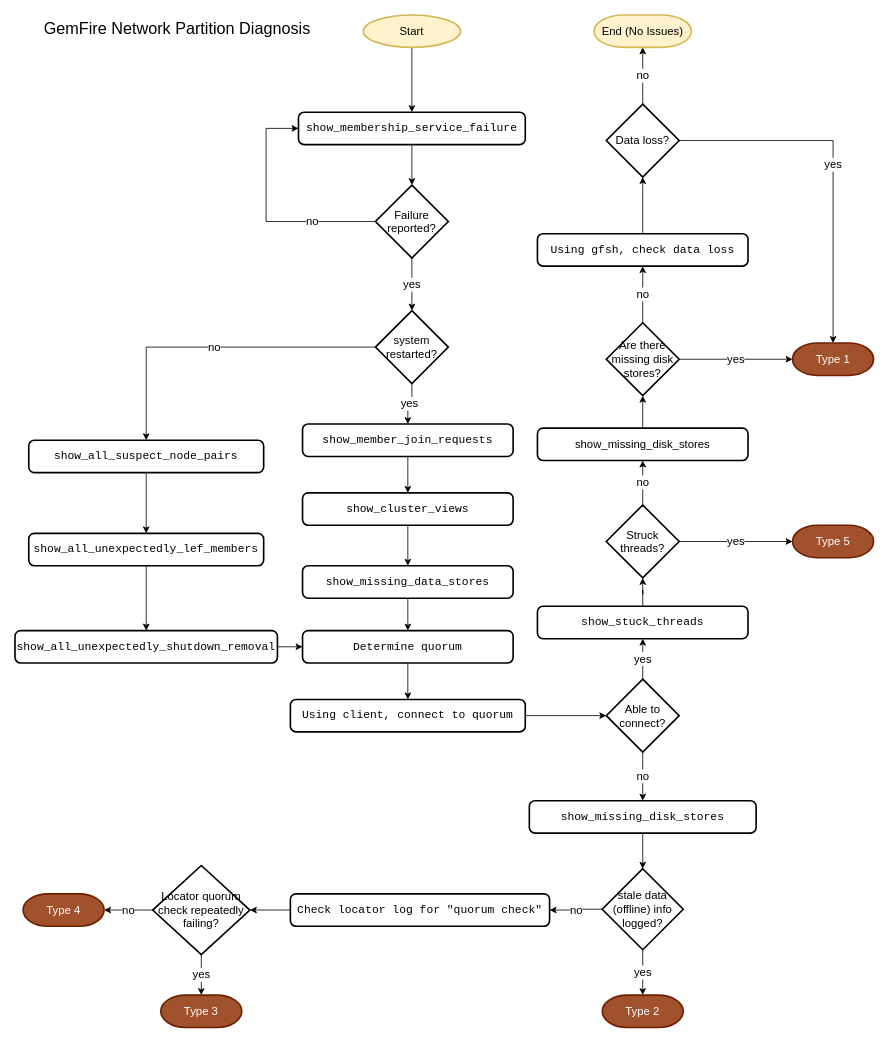
padogrid/bundle-geode-1-app-perf_test_sb-cluster-sb keeps this draw.io diagram as page "Diagnosis" (7 of 7) of images/drawio/split-brain.drawio. Above is the earlier version. Source tidied: cells renumbered, new cells numbered last; positions are measured from the earlier drawing's top-left corner, leaving out a move shared by most shapes. Both pictures are drawn from the tidied source at 81%, with x=0, y=0 at pixel (15, 15).
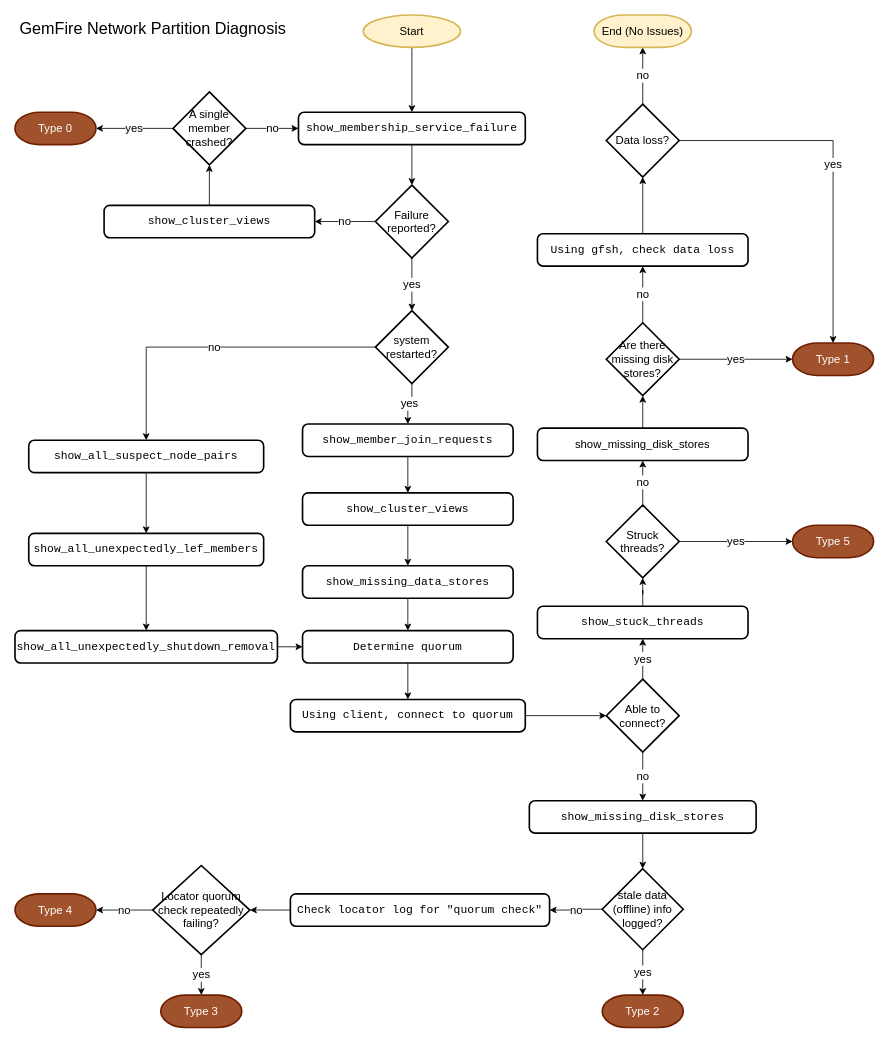
The same page after the edit.

Unchanged cells that the change refers to:
```xml
<mxCell id="5" value="&lt;pre class=&quot;language-bash&quot; style=&quot;font-size: 14px;&quot;&gt;&lt;code class=&quot;language-bash&quot; style=&quot;font-size: 14px;&quot;&gt;show_membership_service_failure&lt;/code&gt;&lt;/pre&gt;" style="rounded=1;whiteSpace=wrap;html=1;absoluteArcSize=1;arcSize=14;strokeWidth=2;fontFamily=Helvetica;fontSize=14;" parent="1" vertex="1">
  <mxGeometry x="350" y="120" width="280" height="40" as="geometry" />
</mxCell>
<mxCell id="8" value="Failure reported?" style="strokeWidth=2;html=1;shape=mxgraph.flowchart.decision;whiteSpace=wrap;fontFamily=Helvetica;fontSize=14;" parent="1" vertex="1">
  <mxGeometry x="445" y="210" width="90" height="90" as="geometry" />
</mxCell>
```

The edit, as a diff of the source:
```diff
@@
-    <mxCell id="7" value="no" style="edgeStyle=orthogonalEdgeStyle;rounded=0;jettySize=auto;html=1;entryX=0;entryY=0.5;entryDx=0;entryDy=0;fontSize=14;exitX=0;exitY=0.5;exitDx=0;exitDy=0;exitPerimeter=0;" parent="1" edge="1" source="8" target="5">
-      <mxGeometry x="-0.46" relative="1" as="geometry">
-        <Array as="points">
-          <mxPoint x="310" y="255" />
-          <mxPoint x="310" y="140" />
-        </Array>
-      </mxGeometry>
-    </mxCell>
+    <mxCell id="63" value="no" style="edgeStyle=orthogonalEdgeStyle;rounded=0;jettySize=auto;html=1;entryX=1;entryY=0.5;entryDx=0;entryDy=0;fontSize=14;" parent="1" edge="1" source="8" target="65">
+      <mxGeometry relative="1" as="geometry" />
+    </mxCell>
@@
     <mxCell id="53" value="Type 4" style="strokeWidth=2;html=1;shape=mxgraph.flowchart.terminator;whiteSpace=wrap;fontFamily=Helvetica;fillColor=#a0522d;fontColor=#ffffff;strokeColor=#6D1F00;fontSize=14;" parent="1" vertex="1">
-      <mxGeometry x="10" y="1085" width="100" height="40" as="geometry" />
+      <mxGeometry y="1085" width="100" height="40" as="geometry" />
     </mxCell>
@@
     <mxCell id="60" value="GemFire Network Partition Diagnosis" style="text;strokeColor=none;fillColor=none;align=left;verticalAlign=middle;spacingLeft=4;spacingRight=4;overflow=hidden;fontFamily=Helvetica;fontSize=20;" parent="1" vertex="1">
-      <mxGeometry x="30" width="370" height="30" as="geometry" />
+      <mxGeometry width="370" height="30" as="geometry" />
     </mxCell>
@@
+    <mxCell id="64" style="edgeStyle=orthogonalEdgeStyle;rounded=0;jettySize=auto;html=1;entryX=0.5;entryY=1;entryDx=0;entryDy=0;entryPerimeter=0;fontSize=12;" parent="1" edge="1" source="65" target="68">
+      <mxGeometry relative="1" as="geometry" />
+    </mxCell>
+    <mxCell id="65" value="&lt;pre class=&quot;language-bash&quot; style=&quot;font-size: 14px;&quot;&gt;&lt;pre class=&quot;language-bash&quot; style=&quot;font-size: 14px;&quot;&gt;&lt;code class=&quot;language-bash&quot; style=&quot;font-size: 14px;&quot;&gt;show_cluster_views&lt;/code&gt;&lt;/pre&gt;&lt;/pre&gt;" style="rounded=1;whiteSpace=wrap;html=1;absoluteArcSize=1;arcSize=14;strokeWidth=2;fontFamily=Helvetica;fontSize=14;" parent="1" vertex="1">
+      <mxGeometry x="110" y="235" width="260" height="40" as="geometry" />
+    </mxCell>
+    <mxCell id="66" value="no" style="edgeStyle=orthogonalEdgeStyle;rounded=0;jettySize=auto;html=1;entryX=0;entryY=0.5;entryDx=0;entryDy=0;fontSize=14;" parent="1" edge="1" source="68" target="5">
+      <mxGeometry relative="1" as="geometry" />
+    </mxCell>
+    <mxCell id="67" value="yes" style="edgeStyle=orthogonalEdgeStyle;rounded=0;jettySize=auto;html=1;entryX=1;entryY=0.5;entryDx=0;entryDy=0;entryPerimeter=0;fontSize=14;" parent="1" edge="1" source="68" target="69">
+      <mxGeometry relative="1" as="geometry" />
+    </mxCell>
+    <mxCell id="68" value="A single member crashed?" style="strokeWidth=2;html=1;shape=mxgraph.flowchart.decision;whiteSpace=wrap;fontFamily=Helvetica;fontSize=14;" parent="1" vertex="1">
+      <mxGeometry x="195" y="95" width="90" height="90" as="geometry" />
+    </mxCell>
+    <mxCell id="69" value="Type 0" style="strokeWidth=2;html=1;shape=mxgraph.flowchart.terminator;whiteSpace=wrap;fontFamily=Helvetica;fillColor=#a0522d;strokeColor=#6D1F00;fontColor=#ffffff;fontSize=14;" parent="1" vertex="1">
+      <mxGeometry y="120" width="100" height="40" as="geometry" />
+    </mxCell>
```
